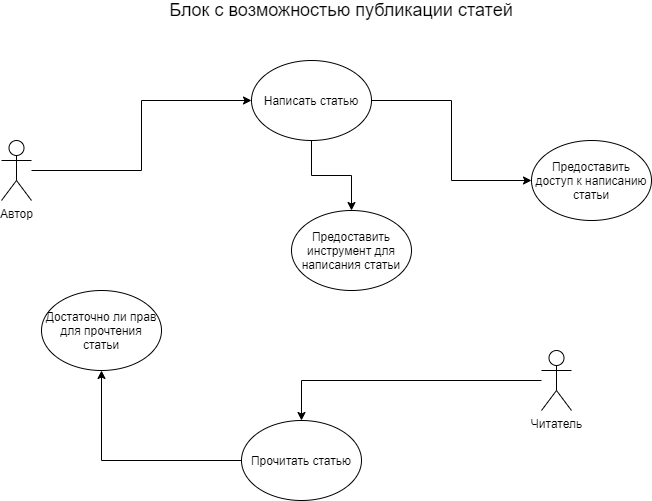
This is src/main/java/ru/innopolis/university/fomin/part1/lesson13UML/UseCaseDiagram.png from Fomin-Lab/innopolis, a draw.io export, as it was before one commit. Source tidied: cells renumbered, new cells last; positions are measured from the earlier drawing's top-left corner, leaving out a move shared by most shapes. The source it was exported from:
```xml
<mxGraphModel>
  <root>
    <mxCell id="0" />
    <mxCell id="1" parent="0" />
    <mxCell id="2" style="edgeStyle=orthogonalEdgeStyle;rounded=0;jettySize=auto;html=1;" parent="1" edge="1" source="3" target="9">
      <mxGeometry relative="1" as="geometry" />
    </mxCell>
    <mxCell id="3" value="Автор" style="shape=umlActor;verticalLabelPosition=bottom;verticalAlign=top;html=1;outlineConnect=0;" parent="1" vertex="1">
      <mxGeometry y="140" width="30" height="60" as="geometry" />
    </mxCell>
    <mxCell id="4" value="&lt;font style=&quot;font-size: 18px&quot;&gt;Блок с возможностью публикации статей&lt;/font&gt;" style="text;html=1;strokeColor=none;fillColor=none;align=center;verticalAlign=middle;whiteSpace=wrap;rounded=0;" parent="1" vertex="1">
      <mxGeometry x="130" width="420" height="20" as="geometry" />
    </mxCell>
    <mxCell id="5" style="edgeStyle=orthogonalEdgeStyle;rounded=0;jettySize=auto;html=1;" parent="1" edge="1" source="6" target="11">
      <mxGeometry relative="1" as="geometry" />
    </mxCell>
    <mxCell id="6" value="Читатель" style="shape=umlActor;verticalLabelPosition=bottom;verticalAlign=top;html=1;outlineConnect=0;" parent="1" vertex="1">
      <mxGeometry x="540" y="350" width="30" height="60" as="geometry" />
    </mxCell>
    <mxCell id="7" style="edgeStyle=orthogonalEdgeStyle;rounded=0;jettySize=auto;html=1;" parent="1" edge="1" source="9" target="12">
      <mxGeometry relative="1" as="geometry" />
    </mxCell>
    <mxCell id="8" style="edgeStyle=orthogonalEdgeStyle;rounded=0;jettySize=auto;html=1;" parent="1" edge="1" source="9" target="14">
      <mxGeometry relative="1" as="geometry" />
    </mxCell>
    <mxCell id="9" value="Написать статью&lt;br&gt;" style="ellipse;whiteSpace=wrap;html=1;verticalAlign=middle;" parent="1" vertex="1">
      <mxGeometry x="250" y="60" width="120" height="80" as="geometry" />
    </mxCell>
    <mxCell id="10" style="edgeStyle=orthogonalEdgeStyle;rounded=0;jettySize=auto;html=1;" parent="1" edge="1" source="11" target="13">
      <mxGeometry relative="1" as="geometry" />
    </mxCell>
    <mxCell id="11" value="Прочитать статью" style="ellipse;whiteSpace=wrap;html=1;verticalAlign=middle;" parent="1" vertex="1">
      <mxGeometry x="240" y="420" width="120" height="80" as="geometry" />
    </mxCell>
    <mxCell id="12" value="Предоставить доступ к написанию статьи" style="ellipse;whiteSpace=wrap;html=1;" parent="1" vertex="1">
      <mxGeometry x="530" y="140" width="120" height="80" as="geometry" />
    </mxCell>
    <mxCell id="13" value="Достаточно ли прав для прочтения статьи" style="ellipse;whiteSpace=wrap;html=1;" parent="1" vertex="1">
      <mxGeometry x="40" y="290" width="120" height="80" as="geometry" />
    </mxCell>
    <mxCell id="14" value="Предоставить инструмент для написания статьи" style="ellipse;whiteSpace=wrap;html=1;" parent="1" vertex="1">
      <mxGeometry x="290" y="210" width="120" height="80" as="geometry" />
    </mxCell>
  </root>
</mxGraphModel>
```
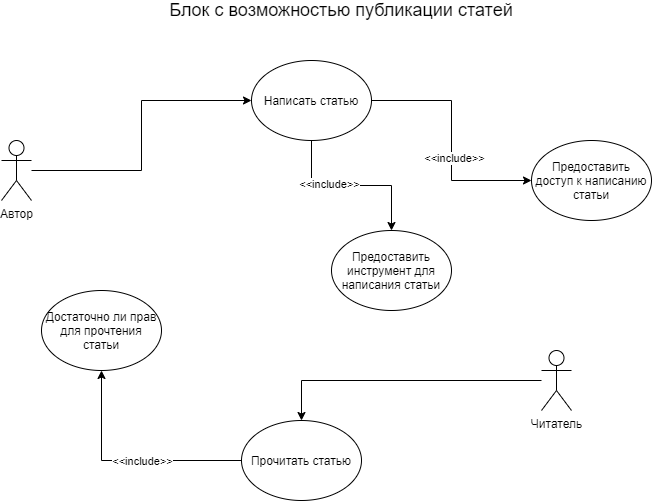
The same diagram one commit later.

What changed in the source:
```diff
@@ -20,15 +20,26 @@
     <mxCell id="7" style="edgeStyle=orthogonalEdgeStyle;rounded=0;jettySize=auto;html=1;" parent="1" edge="1" source="9" target="12">
       <mxGeometry relative="1" as="geometry" />
     </mxCell>
+    <mxCell id="15" value="&amp;lt;&amp;lt;include&amp;gt;&amp;gt;" style="edgeLabel;html=1;align=center;verticalAlign=middle;" parent="7" vertex="1">
+      <mxGeometry x="0.14" y="2" relative="1" as="geometry" />
+    </mxCell>
     <mxCell id="8" style="edgeStyle=orthogonalEdgeStyle;rounded=0;jettySize=auto;html=1;" parent="1" edge="1" source="9" target="14">
       <mxGeometry relative="1" as="geometry" />
     </mxCell>
+    <mxCell id="16" value="&amp;lt;&amp;lt;include&amp;gt;&amp;gt;" style="edgeLabel;html=1;align=center;verticalAlign=middle;" parent="8" vertex="1">
+      <mxGeometry x="-0.49" y="17" relative="1" as="geometry" />
+    </mxCell>
     <mxCell id="9" value="Написать статью&lt;br&gt;" style="ellipse;whiteSpace=wrap;html=1;verticalAlign=middle;" parent="1" vertex="1">
       <mxGeometry x="250" y="60" width="120" height="80" as="geometry" />
     </mxCell>
     <mxCell id="10" style="edgeStyle=orthogonalEdgeStyle;rounded=0;jettySize=auto;html=1;" parent="1" edge="1" source="11" target="13">
       <mxGeometry relative="1" as="geometry" />
     </mxCell>
+    <mxCell id="17" value="&amp;lt;&amp;lt;include&amp;gt;&amp;gt;" style="edgeLabel;html=1;align=center;verticalAlign=middle;" parent="10" vertex="1">
+      <mxGeometry x="-0.02" y="1" relative="1" as="geometry">
+        <mxPoint x="12" y="-1" as="offset" />
+      </mxGeometry>
+    </mxCell>
     <mxCell id="11" value="Прочитать статью" style="ellipse;whiteSpace=wrap;html=1;verticalAlign=middle;" parent="1" vertex="1">
       <mxGeometry x="240" y="420" width="120" height="80" as="geometry" />
     </mxCell>
@@ -39,7 +50,7 @@
       <mxGeometry x="40" y="290" width="120" height="80" as="geometry" />
     </mxCell>
     <mxCell id="14" value="Предоставить инструмент для написания статьи" style="ellipse;whiteSpace=wrap;html=1;" parent="1" vertex="1">
-      <mxGeometry x="290" y="210" width="120" height="80" as="geometry" />
+      <mxGeometry x="330" y="230" width="120" height="80" as="geometry" />
     </mxCell>
   </root>
 </mxGraphModel>
```
